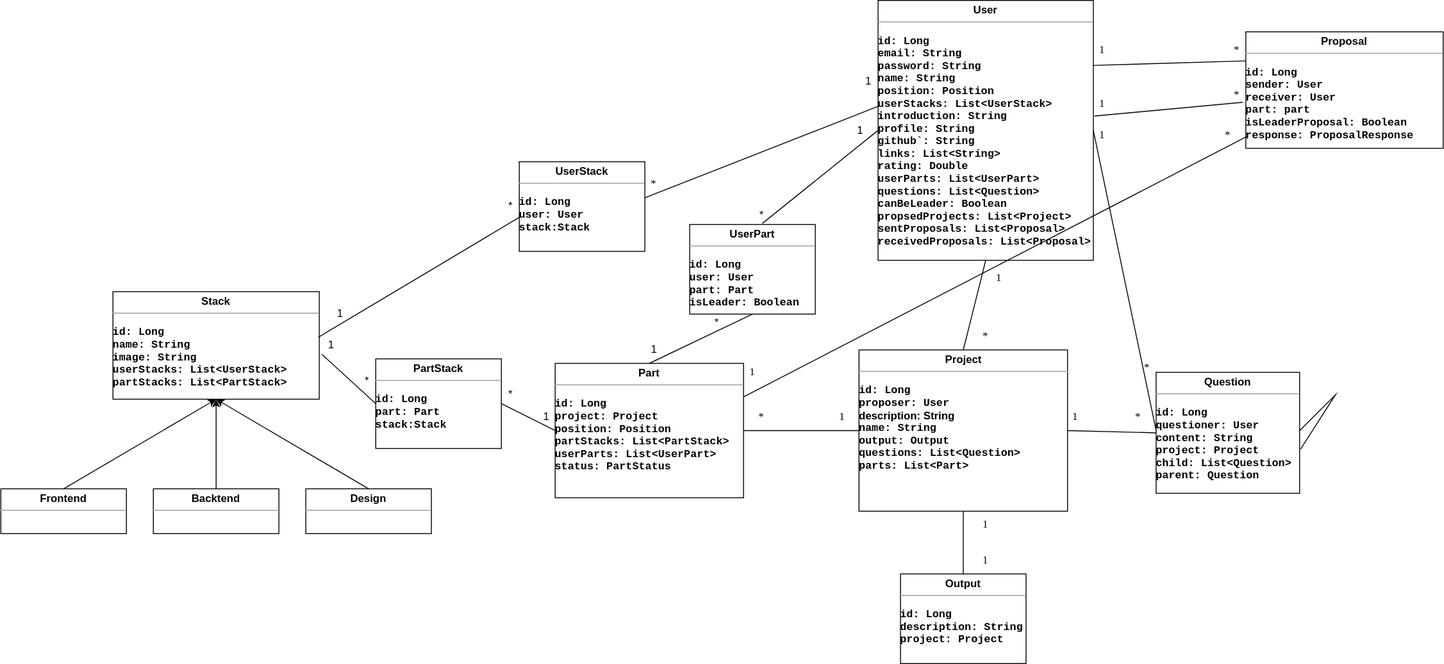
This is entity_diagram.drawio.svg from zelo0/cruit, a draw.io export, as it was before one commit. Source tidied: cells renumbered, new cells last; positions are measured from the earlier drawing's top-left corner, leaving out a move shared by most shapes.
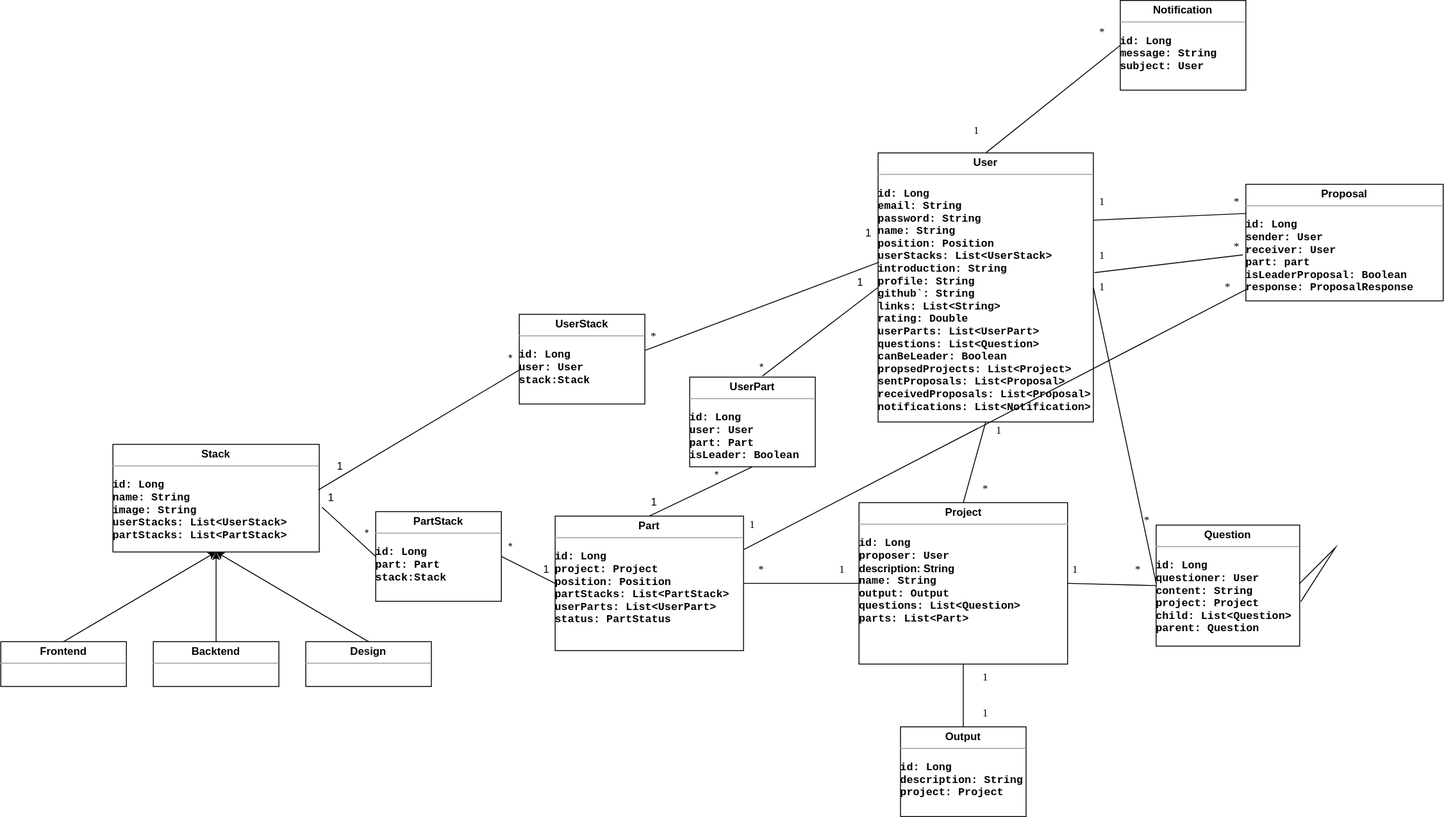
Later version of the same file.

Diff of the diagram source:
```diff
@@ -2,8 +2,8 @@
   <root>
     <mxCell id="0" />
     <mxCell id="1" parent="0" />
-    <mxCell id="2" value="&lt;p style=&quot;margin: 0px ; margin-top: 4px ; text-align: center&quot;&gt;&lt;span&gt;User&lt;/span&gt;&lt;/p&gt;&lt;hr size=&quot;1&quot;&gt;&lt;p&gt;&lt;/p&gt;&lt;pre style=&quot;height: 2px ; line-height: 1.5&quot;&gt;&lt;span&gt;id: Long&lt;/span&gt;&lt;/pre&gt;&lt;pre style=&quot;height: 2px ; line-height: 1.5&quot;&gt;&lt;span&gt;email: String&lt;/span&gt;&lt;/pre&gt;&lt;pre style=&quot;height: 2px ; line-height: 1.5&quot;&gt;&lt;span&gt;password: String&lt;/span&gt;&lt;/pre&gt;&lt;pre style=&quot;height: 2px ; line-height: 1.5&quot;&gt;&lt;span&gt;name: String&lt;/span&gt;&lt;/pre&gt;&lt;pre style=&quot;height: 2px ; line-height: 1.5&quot;&gt;&lt;span&gt;position: Position&lt;/span&gt;&lt;/pre&gt;&lt;pre style=&quot;height: 2px ; line-height: 1.5&quot;&gt;&lt;span&gt;userStacks: List&amp;lt;UserStack&amp;gt;&lt;/span&gt;&lt;/pre&gt;&lt;pre style=&quot;height: 2px ; line-height: 1.5&quot;&gt;&lt;span&gt;introduction: String&lt;/span&gt;&lt;/pre&gt;&lt;pre style=&quot;height: 2px ; line-height: 1.5&quot;&gt;&lt;span&gt;profile: String&lt;/span&gt;&lt;/pre&gt;&lt;pre style=&quot;height: 2px ; line-height: 1.5&quot;&gt;&lt;span&gt;github`: String&lt;/span&gt;&lt;/pre&gt;&lt;pre style=&quot;height: 2px ; line-height: 1.5&quot;&gt;&lt;span&gt;links: List&amp;lt;String&amp;gt;&lt;/span&gt;&lt;/pre&gt;&lt;pre style=&quot;height: 2px ; line-height: 1.5&quot;&gt;&lt;span&gt;rating: Double&lt;/span&gt;&lt;/pre&gt;&lt;pre style=&quot;height: 2px ; line-height: 1.5&quot;&gt;&lt;span&gt;userParts: List&amp;lt;UserPart&amp;gt;&lt;/span&gt;&lt;/pre&gt;&lt;pre style=&quot;height: 2px ; line-height: 1.5&quot;&gt;&lt;span&gt;questions: List&amp;lt;Question&amp;gt;&lt;/span&gt;&lt;/pre&gt;&lt;pre style=&quot;height: 2px ; line-height: 1.5&quot;&gt;&lt;span&gt;canBeLeader: Boolean&lt;/span&gt;&lt;/pre&gt;&lt;pre style=&quot;height: 2px ; line-height: 1.5&quot;&gt;propsedProjects: List&amp;lt;Project&amp;gt;&lt;/pre&gt;&lt;pre style=&quot;height: 2px ; line-height: 1.5&quot;&gt;&lt;span&gt;sentProposals: List&amp;lt;Proposal&amp;gt;&lt;/span&gt;&lt;/pre&gt;&lt;pre style=&quot;height: 2px ; line-height: 1.5&quot;&gt;&lt;span&gt;receivedProposals: List&amp;lt;Proposal&amp;gt;&lt;/span&gt;&lt;/pre&gt;&lt;p&gt;&lt;/p&gt;" style="verticalAlign=top;align=left;overflow=fill;fontSize=12;fontFamily=Helvetica;html=1;horizontal=1;rounded=0;sketch=0;spacingLeft=0;labelBackgroundColor=none;labelBorderColor=none;fontStyle=1;spacingBottom=0;spacingRight=0;spacing=2;" parent="1" vertex="1">
-      <mxGeometry x="978" width="240" height="290" as="geometry" />
+    <mxCell id="2" value="&lt;p style=&quot;margin: 0px ; margin-top: 4px ; text-align: center&quot;&gt;&lt;span&gt;User&lt;/span&gt;&lt;/p&gt;&lt;hr size=&quot;1&quot;&gt;&lt;p&gt;&lt;/p&gt;&lt;pre style=&quot;height: 2px ; line-height: 1.5&quot;&gt;&lt;span&gt;id: Long&lt;/span&gt;&lt;/pre&gt;&lt;pre style=&quot;height: 2px ; line-height: 1.5&quot;&gt;&lt;span&gt;email: String&lt;/span&gt;&lt;/pre&gt;&lt;pre style=&quot;height: 2px ; line-height: 1.5&quot;&gt;&lt;span&gt;password: String&lt;/span&gt;&lt;/pre&gt;&lt;pre style=&quot;height: 2px ; line-height: 1.5&quot;&gt;&lt;span&gt;name: String&lt;/span&gt;&lt;/pre&gt;&lt;pre style=&quot;height: 2px ; line-height: 1.5&quot;&gt;&lt;span&gt;position: Position&lt;/span&gt;&lt;/pre&gt;&lt;pre style=&quot;height: 2px ; line-height: 1.5&quot;&gt;&lt;span&gt;userStacks: List&amp;lt;UserStack&amp;gt;&lt;/span&gt;&lt;/pre&gt;&lt;pre style=&quot;height: 2px ; line-height: 1.5&quot;&gt;&lt;span&gt;introduction: String&lt;/span&gt;&lt;/pre&gt;&lt;pre style=&quot;height: 2px ; line-height: 1.5&quot;&gt;&lt;span&gt;profile: String&lt;/span&gt;&lt;/pre&gt;&lt;pre style=&quot;height: 2px ; line-height: 1.5&quot;&gt;&lt;span&gt;github`: String&lt;/span&gt;&lt;/pre&gt;&lt;pre style=&quot;height: 2px ; line-height: 1.5&quot;&gt;&lt;span&gt;links: List&amp;lt;String&amp;gt;&lt;/span&gt;&lt;/pre&gt;&lt;pre style=&quot;height: 2px ; line-height: 1.5&quot;&gt;&lt;span&gt;rating: Double&lt;/span&gt;&lt;/pre&gt;&lt;pre style=&quot;height: 2px ; line-height: 1.5&quot;&gt;&lt;span&gt;userParts: List&amp;lt;UserPart&amp;gt;&lt;/span&gt;&lt;/pre&gt;&lt;pre style=&quot;height: 2px ; line-height: 1.5&quot;&gt;&lt;span&gt;questions: List&amp;lt;Question&amp;gt;&lt;/span&gt;&lt;/pre&gt;&lt;pre style=&quot;height: 2px ; line-height: 1.5&quot;&gt;&lt;span&gt;canBeLeader: Boolean&lt;/span&gt;&lt;/pre&gt;&lt;pre style=&quot;height: 2px ; line-height: 1.5&quot;&gt;propsedProjects: List&amp;lt;Project&amp;gt;&lt;/pre&gt;&lt;pre style=&quot;height: 2px ; line-height: 1.5&quot;&gt;&lt;span&gt;sentProposals: List&amp;lt;Proposal&amp;gt;&lt;/span&gt;&lt;/pre&gt;&lt;pre style=&quot;height: 2px ; line-height: 1.5&quot;&gt;&lt;span&gt;receivedProposals: List&amp;lt;Proposal&amp;gt;&lt;/span&gt;&lt;/pre&gt;&lt;pre style=&quot;height: 2px ; line-height: 1.5&quot;&gt;&lt;span&gt;notifications: List&amp;lt;Notification&amp;gt;&lt;/span&gt;&lt;/pre&gt;&lt;p&gt;&lt;/p&gt;" style="verticalAlign=top;align=left;overflow=fill;fontSize=12;fontFamily=Helvetica;html=1;horizontal=1;rounded=0;sketch=0;spacingLeft=0;labelBackgroundColor=none;labelBorderColor=none;fontStyle=1;spacingBottom=0;spacingRight=0;spacing=2;" parent="1" vertex="1">
+      <mxGeometry x="978" width="240" height="300" as="geometry" />
     </mxCell>
     <mxCell id="3" value="&lt;p style=&quot;margin: 0px ; margin-top: 4px ; text-align: center&quot;&gt;&lt;b&gt;Project&lt;/b&gt;&lt;/p&gt;&lt;hr size=&quot;1&quot;&gt;&lt;p&gt;&lt;/p&gt;&lt;pre style=&quot;height: 2px ; line-height: 1.5&quot;&gt;&lt;b&gt;id: Long&lt;/b&gt;&lt;/pre&gt;&lt;pre style=&quot;height: 2px ; line-height: 1.5&quot;&gt;&lt;b&gt;proposer: User&lt;/b&gt;&lt;/pre&gt;&lt;pre style=&quot;height: 2px ; line-height: 1.5&quot;&gt;&lt;b style=&quot;font-family: &amp;#34;helvetica&amp;#34; ; white-space: nowrap&quot;&gt;description: String&lt;/b&gt;&lt;br&gt;&lt;/pre&gt;&lt;pre style=&quot;height: 2px ; line-height: 1.5&quot;&gt;&lt;b&gt;name: String&lt;/b&gt;&lt;/pre&gt;&lt;pre style=&quot;height: 2px ; line-height: 1.5&quot;&gt;&lt;b&gt;output: Output&lt;/b&gt;&lt;/pre&gt;&lt;pre style=&quot;height: 2px ; line-height: 1.5&quot;&gt;&lt;b&gt;questions: List&amp;lt;Question&amp;gt;&lt;/b&gt;&lt;/pre&gt;&lt;pre style=&quot;height: 2px ; line-height: 1.5&quot;&gt;&lt;b&gt;parts: List&amp;lt;Part&amp;gt;&lt;/b&gt;&lt;/pre&gt;&lt;p&gt;&lt;/p&gt;" style="verticalAlign=top;align=left;overflow=fill;fontSize=12;fontFamily=Helvetica;html=1;" parent="1" vertex="1">
       <mxGeometry x="956.8" y="390" width="232.5" height="180" as="geometry" />
@@ -189,5 +189,19 @@
     <mxCell id="61" value="*" style="text;html=1;strokeColor=none;fillColor=none;align=center;verticalAlign=middle;whiteSpace=wrap;rounded=0;labelBackgroundColor=none;labelBorderColor=none;sketch=0;fontFamily=Verdana;fontSize=12;" parent="1" vertex="1">
       <mxGeometry x="1338" y="135" width="60" height="30" as="geometry" />
     </mxCell>
+    <mxCell id="62" value="&lt;p style=&quot;margin: 0px ; margin-top: 4px ; text-align: center&quot;&gt;&lt;b&gt;Notification&lt;/b&gt;&lt;/p&gt;&lt;hr size=&quot;1&quot;&gt;&lt;p&gt;&lt;/p&gt;&lt;pre style=&quot;height: 2px ; line-height: 1.5&quot;&gt;&lt;b&gt;id: Long&lt;/b&gt;&lt;/pre&gt;&lt;pre style=&quot;height: 2px ; line-height: 1.5&quot;&gt;&lt;b&gt;message: String&lt;/b&gt;&lt;/pre&gt;&lt;pre style=&quot;height: 2px ; line-height: 1.5&quot;&gt;&lt;b&gt;subject: User&lt;/b&gt;&lt;/pre&gt;&lt;p&gt;&lt;/p&gt;" style="verticalAlign=top;align=left;overflow=fill;fontSize=12;fontFamily=Helvetica;html=1;" parent="1" vertex="1">
+      <mxGeometry x="1248" y="-170" width="140" height="100" as="geometry" />
+    </mxCell>
+    <mxCell id="63" style="endArrow=none;html=1;rounded=0;entryX=0;entryY=0.5;entryDx=0;entryDy=0;" parent="1" edge="1" target="62">
+      <mxGeometry relative="1" as="geometry">
+        <mxPoint x="1098" as="sourcePoint" />
+      </mxGeometry>
+    </mxCell>
+    <mxCell id="64" value="1" style="text;html=1;strokeColor=none;fillColor=none;align=center;verticalAlign=middle;whiteSpace=wrap;rounded=0;labelBackgroundColor=none;labelBorderColor=none;sketch=0;fontFamily=Verdana;fontSize=12;" parent="1" vertex="1">
+      <mxGeometry x="1058" y="-40" width="60" height="30" as="geometry" />
+    </mxCell>
+    <mxCell id="65" value="*" style="text;html=1;strokeColor=none;fillColor=none;align=center;verticalAlign=middle;whiteSpace=wrap;rounded=0;labelBackgroundColor=none;labelBorderColor=none;sketch=0;fontFamily=Verdana;fontSize=12;" parent="1" vertex="1">
+      <mxGeometry x="1198" y="-150" width="60" height="30" as="geometry" />
+    </mxCell>
   </root>
 </mxGraphModel>
```
